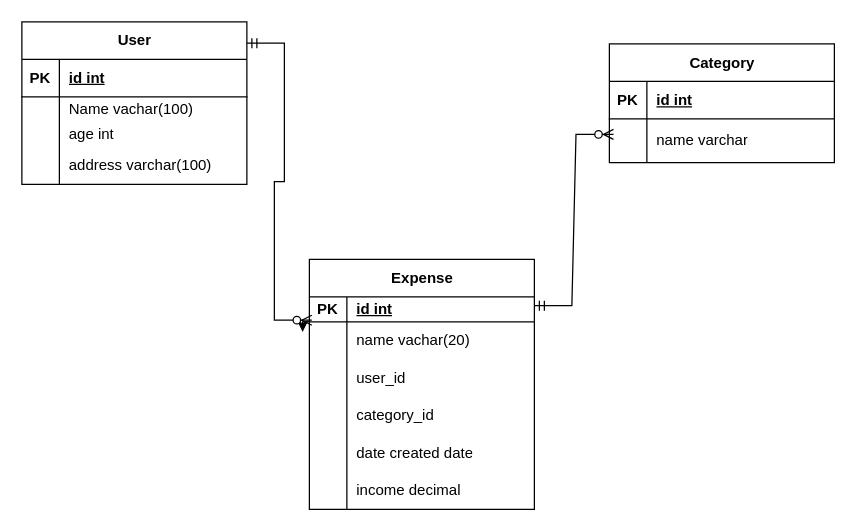
This is Joan.drawio from JoanMurugi/Draw.io, a draw.io file, before an edit. Source tidied: cells renumbered, new cells numbered last; positions are measured from the earlier drawing's top-left corner, leaving out a move shared by most shapes. Both pictures are drawn from the tidied source at 125%, with x=0, y=0 at pixel (21, 21).
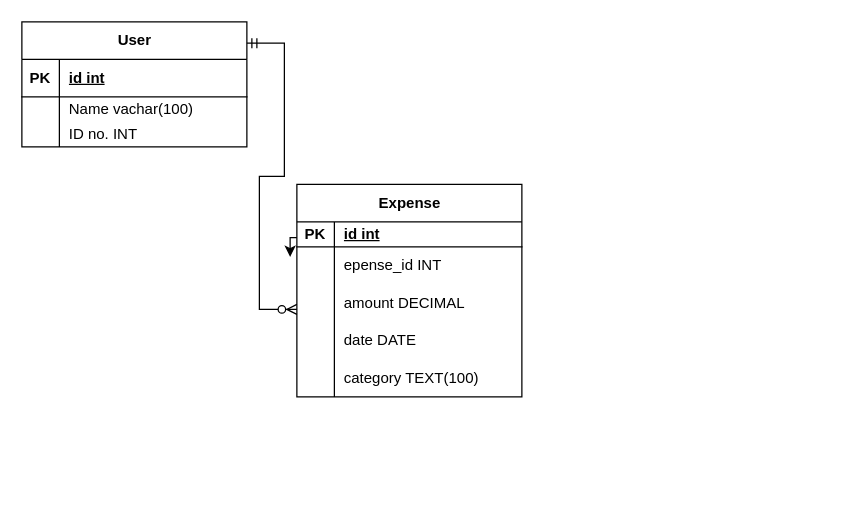
The same page after the edit.

The change refers to these unchanged cells:
```xml
<mxCell id="9" style="shape=tableRow;horizontal=0;startSize=0;swimlaneHead=0;swimlaneBody=0;fillColor=none;top=0;left=0;right=0;bottom=0;" parent="2" vertex="1">
  <mxGeometry y="80" width="180" height="20" as="geometry" />
</mxCell>
<mxCell id="23" style="shape=tableRow;horizontal=0;startSize=0;swimlaneHead=0;swimlaneBody=0;fillColor=none;points=[[0,0.5],[1,0.5]];portConstraint=eastwest;top=0;left=0;right=0;bottom=1;" parent="22" vertex="1">
  <mxGeometry y="30" width="180" height="20" as="geometry" />
</mxCell>
<mxCell id="26" style="shape=tableRow;horizontal=0;startSize=0;swimlaneHead=0;swimlaneBody=0;fillColor=none;points=[[0,0.5],[1,0.5]];portConstraint=eastwest;top=0;left=0;right=0;bottom=0;" parent="22" vertex="1">
  <mxGeometry y="50" width="180" height="30" as="geometry" />
</mxCell>
<mxCell id="29" style="shape=tableRow;horizontal=0;startSize=0;swimlaneHead=0;swimlaneBody=0;fillColor=none;top=0;left=0;right=0;bottom=0;" parent="22" vertex="1">
  <mxGeometry y="80" width="180" height="30" as="geometry" />
</mxCell>
<mxCell id="32" style="shape=tableRow;horizontal=0;startSize=0;swimlaneHead=0;swimlaneBody=0;fillColor=none;top=0;left=0;right=0;bottom=0;" parent="22" vertex="1">
  <mxGeometry y="110" width="180" height="30" as="geometry" />
</mxCell>
<mxCell id="35" style="shape=tableRow;horizontal=0;startSize=0;swimlaneHead=0;swimlaneBody=0;fillColor=none;top=0;left=0;right=0;bottom=0;" parent="22" vertex="1">
  <mxGeometry y="140" width="180" height="30" as="geometry" />
</mxCell>
```

Change to the diagram source:
```diff
@@
     <mxCell id="2" value="User" style="shape=table;startSize=30;childLayout=tableLayout;rowLines=0;fontStyle=1;align=center;html=1;" parent="1" vertex="1">
-      <mxGeometry width="180" height="130" as="geometry" />
+      <mxGeometry width="180" height="100" as="geometry" />
     </mxCell>
@@
-    <mxCell id="11" value="age int" style="shape=partialRectangle;fillColor=none;top=0;left=0;bottom=0;right=0;align=left;spacingLeft=6;overflow=hidden;whiteSpace=wrap;html=1;" parent="9" vertex="1">
+    <mxCell id="11" value="ID no. INT" style="shape=partialRectangle;fillColor=none;top=0;left=0;bottom=0;right=0;align=left;spacingLeft=6;overflow=hidden;whiteSpace=wrap;html=1;" parent="9" vertex="1">
       <mxGeometry x="30" width="150" height="20" as="geometry" />
     </mxCell>
-    <mxCell id="12" style="shape=tableRow;horizontal=0;startSize=0;swimlaneHead=0;swimlaneBody=0;fillColor=none;top=0;left=0;right=0;bottom=0;" parent="2" vertex="1">
-      <mxGeometry y="100" width="180" height="30" as="geometry" />
-    </mxCell>
-    <mxCell id="13" style="shape=partialRectangle;fillColor=none;top=0;left=0;bottom=0;right=0;overflow=hidden;whiteSpace=wrap;html=1;" parent="12" vertex="1">
-      <mxGeometry width="30" height="30" as="geometry" />
-    </mxCell>
-    <mxCell id="14" value="address varchar(100)" style="shape=partialRectangle;fillColor=none;top=0;left=0;bottom=0;right=0;align=left;spacingLeft=6;overflow=hidden;whiteSpace=wrap;html=1;" parent="12" vertex="1">
-      <mxGeometry x="30" width="150" height="30" as="geometry" />
-    </mxCell>
-    <mxCell id="15" value="Category" style="shape=table;startSize=30;childLayout=tableLayout;rowLines=0;fontStyle=1;align=center;html=1;" parent="1" vertex="1">
-      <mxGeometry x="470" y="17.5" width="180" height="95" as="geometry" />
-    </mxCell>
-    <mxCell id="16" style="shape=tableRow;horizontal=0;startSize=0;swimlaneHead=0;swimlaneBody=0;fillColor=none;top=0;left=0;right=0;bottom=1;" parent="15" vertex="1">
-      <mxGeometry y="30" width="180" height="30" as="geometry" />
-    </mxCell>
-    <mxCell id="17" value="PK" style="shape=partialRectangle;fillColor=none;top=0;left=0;bottom=0;right=0;fontStyle=1;overflow=hidden;whiteSpace=wrap;html=1;" parent="16" vertex="1">
-      <mxGeometry width="30" height="30" as="geometry" />
-    </mxCell>
-    <mxCell id="18" value="id int" style="shape=partialRectangle;fillColor=none;top=0;left=0;bottom=0;right=0;align=left;spacingLeft=6;fontStyle=5;overflow=hidden;whiteSpace=wrap;html=1;" parent="16" vertex="1">
-      <mxGeometry x="30" width="150" height="30" as="geometry" />
-    </mxCell>
-    <mxCell id="19" style="shape=tableRow;horizontal=0;startSize=0;swimlaneHead=0;swimlaneBody=0;fillColor=none;top=0;left=0;right=0;bottom=0;" parent="15" vertex="1">
-      <mxGeometry y="60" width="180" height="35" as="geometry" />
-    </mxCell>
-    <mxCell id="20" style="shape=partialRectangle;fillColor=none;top=0;left=0;bottom=0;right=0;overflow=hidden;whiteSpace=wrap;html=1;" parent="19" vertex="1">
-      <mxGeometry width="30" height="35" as="geometry" />
-    </mxCell>
-    <mxCell id="21" value="name varchar" style="shape=partialRectangle;fillColor=none;top=0;left=0;bottom=0;right=0;align=left;spacingLeft=6;overflow=hidden;whiteSpace=wrap;html=1;" parent="19" vertex="1">
-      <mxGeometry x="30" width="150" height="35" as="geometry" />
-    </mxCell>
     <mxCell id="22" value="Expense" style="shape=table;startSize=30;childLayout=tableLayout;rowLines=0;fontStyle=1;align=center;html=1;" parent="1" vertex="1">
-      <mxGeometry x="230" y="190" width="180" height="200" as="geometry" />
+      <mxGeometry x="220" y="130" width="180" height="170" as="geometry" />
     </mxCell>
@@
-    <mxCell id="28" value="name vachar(20)" style="shape=partialRectangle;fillColor=none;top=0;left=0;bottom=0;right=0;align=left;spacingLeft=6;overflow=hidden;whiteSpace=wrap;html=1;" parent="26" vertex="1">
+    <mxCell id="28" value="epense_id INT" style="shape=partialRectangle;fillColor=none;top=0;left=0;bottom=0;right=0;align=left;spacingLeft=6;overflow=hidden;whiteSpace=wrap;html=1;" parent="26" vertex="1">
       <mxGeometry x="30" width="150" height="30" as="geometry" />
     </mxCell>
@@
-    <mxCell id="31" value="user_id" style="shape=partialRectangle;fillColor=none;top=0;left=0;bottom=0;right=0;align=left;spacingLeft=6;overflow=hidden;whiteSpace=wrap;html=1;" parent="29" vertex="1">
+    <mxCell id="31" value="amount DECIMAL" style="shape=partialRectangle;fillColor=none;top=0;left=0;bottom=0;right=0;align=left;spacingLeft=6;overflow=hidden;whiteSpace=wrap;html=1;" parent="29" vertex="1">
       <mxGeometry x="30" width="150" height="30" as="geometry" />
     </mxCell>
@@
-    <mxCell id="34" value="category_id" style="shape=partialRectangle;fillColor=none;top=0;left=0;bottom=0;right=0;align=left;spacingLeft=6;overflow=hidden;whiteSpace=wrap;html=1;" parent="32" vertex="1">
+    <mxCell id="34" value="date DATE" style="shape=partialRectangle;fillColor=none;top=0;left=0;bottom=0;right=0;align=left;spacingLeft=6;overflow=hidden;whiteSpace=wrap;html=1;" parent="32" vertex="1">
       <mxGeometry x="30" width="150" height="30" as="geometry" />
     </mxCell>
@@
-    <mxCell id="37" value="date created date" style="shape=partialRectangle;fillColor=none;top=0;left=0;bottom=0;right=0;align=left;spacingLeft=6;overflow=hidden;whiteSpace=wrap;html=1;" parent="35" vertex="1">
+    <mxCell id="37" value="category TEXT(100)" style="shape=partialRectangle;fillColor=none;top=0;left=0;bottom=0;right=0;align=left;spacingLeft=6;overflow=hidden;whiteSpace=wrap;html=1;" parent="35" vertex="1">
       <mxGeometry x="30" width="150" height="30" as="geometry" />
     </mxCell>
@@
-    <mxCell id="39" style="shape=tableRow;horizontal=0;startSize=0;swimlaneHead=0;swimlaneBody=0;fillColor=none;top=0;left=0;right=0;bottom=0;" parent="22" vertex="1">
-      <mxGeometry y="170" width="180" height="30" as="geometry" />
-    </mxCell>
-    <mxCell id="40" style="shape=partialRectangle;fillColor=none;top=0;left=0;bottom=0;right=0;overflow=hidden;whiteSpace=wrap;html=1;" parent="39" vertex="1">
-      <mxGeometry width="30" height="30" as="geometry" />
-    </mxCell>
-    <mxCell id="41" value="income decimal" style="shape=partialRectangle;fillColor=none;top=0;left=0;bottom=0;right=0;align=left;spacingLeft=6;overflow=hidden;whiteSpace=wrap;html=1;" parent="39" vertex="1">
-      <mxGeometry x="30" width="150" height="30" as="geometry" />
-    </mxCell>
-    <mxCell id="42" style="edgeStyle=entityRelationEdgeStyle;fontSize=12;html=1;endArrow=ERzeroToMany;startArrow=ERmandOne;rounded=0;" parent="1" edge="1">
-      <mxGeometry relative="1" as="geometry">
-        <mxPoint x="410" y="227" as="sourcePoint" />
-        <mxPoint x="473.3" y="90" as="targetPoint" />
-        <Array as="points">
-          <mxPoint x="430" y="227" />
-          <mxPoint x="430" y="227" />
-        </Array>
-      </mxGeometry>
-    </mxCell>
-    <mxCell id="43" style="edgeStyle=entityRelationEdgeStyle;fontSize=12;html=1;endArrow=ERzeroToMany;startArrow=ERmandOne;rounded=0;entryX=0.011;entryY=0.933;entryDx=0;entryDy=0;entryPerimeter=0;" parent="1" edge="1" target="23">
+    <mxCell id="43" style="edgeStyle=entityRelationEdgeStyle;fontSize=12;html=1;endArrow=ERzeroToMany;startArrow=ERmandOne;rounded=0;" parent="1" edge="1">
       <mxGeometry relative="1" as="geometry">
         <mxPoint x="180" y="17" as="sourcePoint" />
+        <mxPoint x="220" y="230" as="targetPoint" />
       </mxGeometry>
     </mxCell>
```
